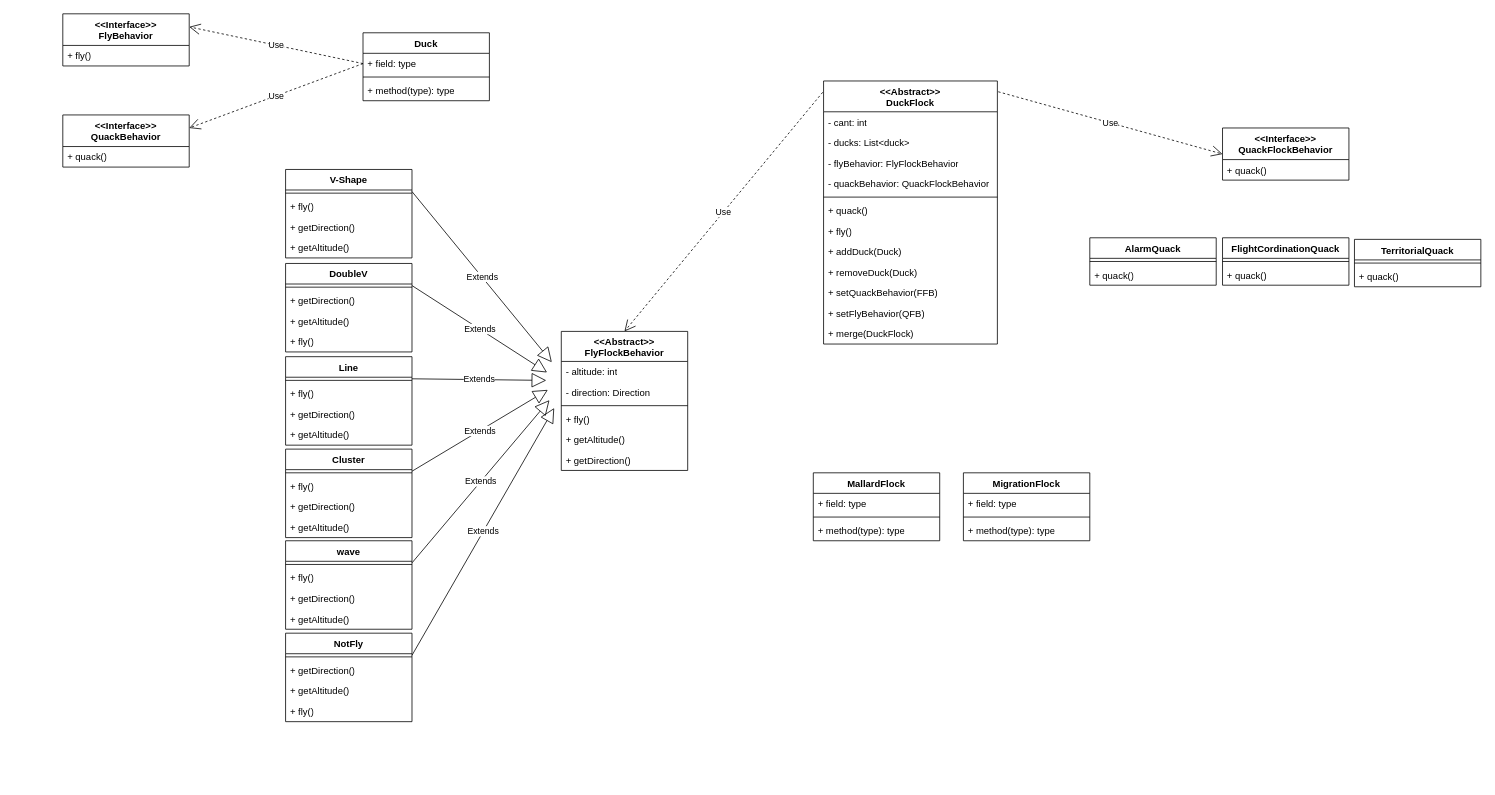
AlvaroDebernardi/University keeps this draw.io diagram as IngenieriaSoftware/Practico/2-strategy/duck-simulator/DuckDesign.drawio. Above is the earlier version. Source tidied: cells renumbered, new cells numbered last; positions are measured from the earlier drawing's top-left corner, leaving out a move shared by most shapes. Both pictures are drawn from the tidied source at 79%, with x=0, y=0 at pixel (62, 13).
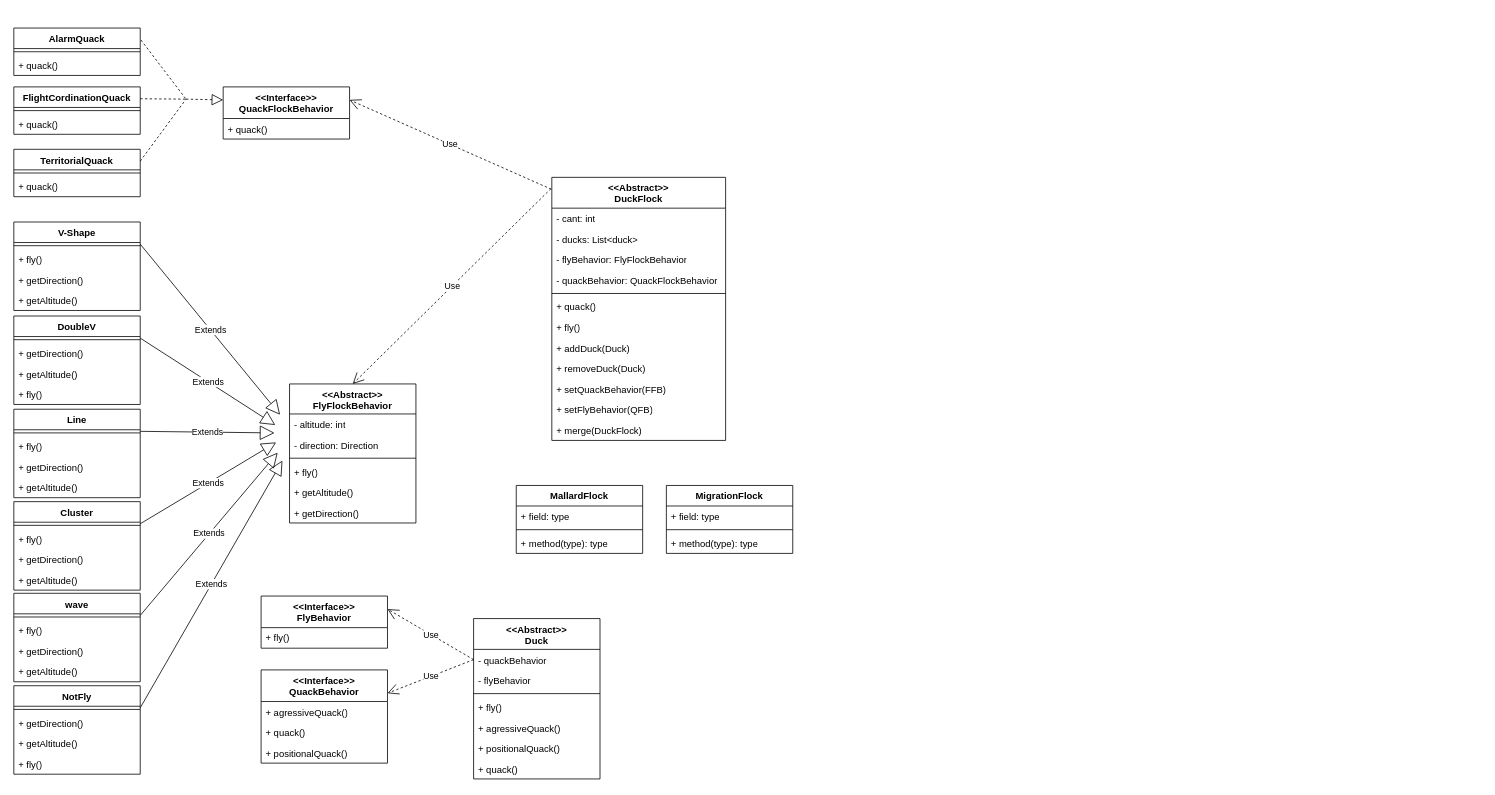
The same page after the edit.

Commit message (it also covers changes not shown here):
Add: duck flock class

What changed in the source:
```diff
@@
-    <mxCell id="2" value="Duck" style="swimlane;fontStyle=1;align=center;verticalAlign=top;horizontal=1;startSize=26;whiteSpace=wrap;html=1;" parent="1" vertex="1">
-      <mxGeometry x="380" y="24" width="160" height="86" as="geometry" />
+    <mxCell id="2" value="&lt;div&gt;&lt;div&gt;&amp;lt;&amp;lt;Abstract&amp;gt;&amp;gt;&lt;/div&gt;&lt;/div&gt;Duck&lt;div&gt;&lt;br&gt;&lt;/div&gt;" style="swimlane;fontStyle=1;align=center;verticalAlign=top;horizontal=1;startSize=39;whiteSpace=wrap;html=1;" parent="1" vertex="1">
+      <mxGeometry x="520" y="765.5" width="160" height="203" as="geometry" />
     </mxCell>
-    <mxCell id="3" value="+ field: type" style="text;strokeColor=none;fillColor=none;align=left;verticalAlign=top;spacingLeft=4;spacingRight=4;overflow=hidden;points=[[0,0.5],[1,0.5]];portConstraint=eastwest;whiteSpace=wrap;html=1;" parent="2" vertex="1">
-      <mxGeometry y="26" width="160" height="26" as="geometry" />
+    <mxCell id="3" value="- quackBehavior" style="text;strokeColor=none;fillColor=none;align=left;verticalAlign=top;spacingLeft=4;spacingRight=4;overflow=hidden;points=[[0,0.5],[1,0.5]];portConstraint=eastwest;whiteSpace=wrap;html=1;" parent="2" vertex="1">
+      <mxGeometry y="39" width="160" height="26" as="geometry" />
     </mxCell>
+    <mxCell id="89" value="- flyBehavior" style="text;strokeColor=none;fillColor=none;align=left;verticalAlign=top;spacingLeft=4;spacingRight=4;overflow=hidden;whiteSpace=wrap;html=1;" parent="2" vertex="1">
+      <mxGeometry y="65" width="160" height="26" as="geometry" />
+    </mxCell>
     <mxCell id="4" style="line;strokeWidth=1;fillColor=none;align=left;verticalAlign=middle;spacingTop=-1;spacingLeft=3;spacingRight=3;labelPosition=right;strokeColor=inherit;" parent="2" vertex="1">
-      <mxGeometry y="52" width="160" height="8" as="geometry" />
+      <mxGeometry y="91" width="160" height="8" as="geometry" />
     </mxCell>
-    <mxCell id="5" value="+ method(type): type" style="text;strokeColor=none;fillColor=none;align=left;verticalAlign=top;spacingLeft=4;spacingRight=4;overflow=hidden;whiteSpace=wrap;html=1;" parent="2" vertex="1">
-      <mxGeometry y="60" width="160" height="26" as="geometry" />
-    </mxCell>
+    <mxCell id="90" value="+ fly()" style="text;strokeColor=none;fillColor=none;align=left;verticalAlign=top;spacingLeft=4;spacingRight=4;overflow=hidden;whiteSpace=wrap;html=1;" parent="2" vertex="1">
+      <mxGeometry y="99" width="160" height="26" as="geometry" />
+    </mxCell>
+    <mxCell id="91" value="+ agressiveQuack()" style="text;strokeColor=none;fillColor=none;align=left;verticalAlign=top;spacingLeft=4;spacingRight=4;overflow=hidden;whiteSpace=wrap;html=1;" parent="2" vertex="1">
+      <mxGeometry y="125" width="160" height="26" as="geometry" />
+    </mxCell>
+    <mxCell id="92" value="+ positionalQuack()" style="text;strokeColor=none;fillColor=none;align=left;verticalAlign=top;spacingLeft=4;spacingRight=4;overflow=hidden;whiteSpace=wrap;html=1;" parent="2" vertex="1">
+      <mxGeometry y="151" width="160" height="26" as="geometry" />
+    </mxCell>
+    <mxCell id="93" value="+ quack()" style="text;strokeColor=none;fillColor=none;align=left;verticalAlign=top;spacingLeft=4;spacingRight=4;overflow=hidden;whiteSpace=wrap;html=1;" parent="2" vertex="1">
+      <mxGeometry y="177" width="160" height="26" as="geometry" />
+    </mxCell>
     <mxCell id="6" value="&lt;div&gt;&lt;div&gt;&amp;lt;&amp;lt;Abstract&amp;gt;&amp;gt;&lt;/div&gt;&lt;/div&gt;DuckFlock&lt;div&gt;&lt;br&gt;&lt;/div&gt;" style="swimlane;fontStyle=1;align=center;verticalAlign=top;horizontal=1;startSize=39;whiteSpace=wrap;html=1;" parent="1" vertex="1">
-      <mxGeometry x="963" y="85" width="220" height="333" as="geometry" />
+      <mxGeometry x="619" y="207" width="220" height="333" as="geometry" />
     </mxCell>
@@
     <mxCell id="19" value="&lt;div&gt;&amp;lt;&amp;lt;Interface&amp;gt;&amp;gt;&lt;/div&gt;QuackFlockBehavior" style="swimlane;fontStyle=1;align=center;verticalAlign=top;horizontal=1;startSize=40;whiteSpace=wrap;html=1;" parent="1" vertex="1">
-      <mxGeometry x="1468" y="144.5" width="160" height="66" as="geometry" />
+      <mxGeometry x="203" y="92.5" width="160" height="66" as="geometry" />
     </mxCell>
@@
     <mxCell id="21" value="V-Shape" style="swimlane;fontStyle=1;align=center;verticalAlign=top;horizontal=1;startSize=26;whiteSpace=wrap;html=1;" parent="1" vertex="1">
-      <mxGeometry x="282" y="197" width="160" height="112" as="geometry" />
+      <mxGeometry x="-62" y="263.5" width="160" height="112" as="geometry" />
     </mxCell>
@@
     <mxCell id="26" value="DoubleV" style="swimlane;fontStyle=1;align=center;verticalAlign=top;horizontal=1;startSize=26;whiteSpace=wrap;html=1;" parent="1" vertex="1">
-      <mxGeometry x="282" y="316" width="160" height="112" as="geometry" />
+      <mxGeometry x="-62" y="382.5" width="160" height="112" as="geometry" />
     </mxCell>
@@
     <mxCell id="31" value="Line" style="swimlane;fontStyle=1;align=center;verticalAlign=top;horizontal=1;startSize=26;whiteSpace=wrap;html=1;" parent="1" vertex="1">
-      <mxGeometry x="282" y="434" width="160" height="112" as="geometry" />
+      <mxGeometry x="-62" y="500.5" width="160" height="112" as="geometry" />
     </mxCell>
@@
     <mxCell id="36" value="Cluster" style="swimlane;fontStyle=1;align=center;verticalAlign=top;horizontal=1;startSize=26;whiteSpace=wrap;html=1;" parent="1" vertex="1">
-      <mxGeometry x="282" y="551" width="160" height="112" as="geometry" />
+      <mxGeometry x="-62" y="617.5" width="160" height="112" as="geometry" />
     </mxCell>
@@
     <mxCell id="41" value="wave" style="swimlane;fontStyle=1;align=center;verticalAlign=top;horizontal=1;startSize=26;whiteSpace=wrap;html=1;" parent="1" vertex="1">
-      <mxGeometry x="282" y="667" width="160" height="112" as="geometry" />
+      <mxGeometry x="-62" y="733.5" width="160" height="112" as="geometry" />
     </mxCell>
@@
     <mxCell id="46" value="NotFly" style="swimlane;fontStyle=1;align=center;verticalAlign=top;horizontal=1;startSize=26;whiteSpace=wrap;html=1;" parent="1" vertex="1">
-      <mxGeometry x="282" y="784" width="160" height="112" as="geometry" />
+      <mxGeometry x="-62" y="850.5" width="160" height="112" as="geometry" />
     </mxCell>
@@
     <mxCell id="51" value="AlarmQuack" style="swimlane;fontStyle=1;align=center;verticalAlign=top;horizontal=1;startSize=26;whiteSpace=wrap;html=1;" parent="1" vertex="1">
-      <mxGeometry x="1300" y="283.5" width="160" height="60" as="geometry" />
+      <mxGeometry x="-62" y="18" width="160" height="60" as="geometry" />
     </mxCell>
@@
     <mxCell id="54" value="TerritorialQuack" style="swimlane;fontStyle=1;align=center;verticalAlign=top;horizontal=1;startSize=26;whiteSpace=wrap;html=1;" parent="1" vertex="1">
-      <mxGeometry x="1635" y="285.5" width="160" height="60" as="geometry" />
+      <mxGeometry x="-62" y="171.5" width="160" height="60" as="geometry" />
     </mxCell>
@@
     <mxCell id="57" value="FlightCordinationQuack" style="swimlane;fontStyle=1;align=center;verticalAlign=top;horizontal=1;startSize=26;whiteSpace=wrap;html=1;" parent="1" vertex="1">
-      <mxGeometry x="1468" y="283.5" width="160" height="60" as="geometry" />
+      <mxGeometry x="-62" y="92.5" width="160" height="60" as="geometry" />
     </mxCell>
@@
     <mxCell id="60" value="MallardFlock" style="swimlane;fontStyle=1;align=center;verticalAlign=top;horizontal=1;startSize=26;whiteSpace=wrap;html=1;" parent="1" vertex="1">
-      <mxGeometry x="950" y="581" width="160" height="86" as="geometry" />
+      <mxGeometry x="574" y="597" width="160" height="86" as="geometry" />
     </mxCell>
@@
     <mxCell id="64" value="MigrationFlock" style="swimlane;fontStyle=1;align=center;verticalAlign=top;horizontal=1;startSize=26;whiteSpace=wrap;html=1;" parent="1" vertex="1">
-      <mxGeometry x="1140" y="581" width="160" height="86" as="geometry" />
+      <mxGeometry x="764" y="597" width="160" height="86" as="geometry" />
     </mxCell>
@@
     <mxCell id="68" value="&lt;div&gt;&amp;lt;&amp;lt;Interface&amp;gt;&amp;gt;&lt;/div&gt;FlyBehavior" style="swimlane;fontStyle=1;align=center;verticalAlign=top;horizontal=1;startSize=40;whiteSpace=wrap;html=1;" parent="1" vertex="1">
-      <mxGeometry width="160" height="66" as="geometry" />
+      <mxGeometry x="251" y="737" width="160" height="66" as="geometry" />
     </mxCell>
@@
     <mxCell id="70" value="&lt;div&gt;&amp;lt;&amp;lt;Interface&amp;gt;&amp;gt;&lt;/div&gt;QuackBehavior" style="swimlane;fontStyle=1;align=center;verticalAlign=top;horizontal=1;startSize=40;whiteSpace=wrap;html=1;" parent="1" vertex="1">
-      <mxGeometry y="128" width="160" height="66" as="geometry" />
+      <mxGeometry x="251" y="830.5" width="160" height="118" as="geometry" />
     </mxCell>
+    <mxCell id="94" value="+ agressiveQuack()" style="text;strokeColor=none;fillColor=none;align=left;verticalAlign=top;spacingLeft=4;spacingRight=4;overflow=hidden;whiteSpace=wrap;html=1;" parent="70" vertex="1">
+      <mxGeometry y="40" width="160" height="26" as="geometry" />
+    </mxCell>
     <mxCell id="71" value="+ quack()" style="text;strokeColor=none;fillColor=none;align=left;verticalAlign=top;spacingLeft=4;spacingRight=4;overflow=hidden;whiteSpace=wrap;html=1;" parent="70" vertex="1">
-      <mxGeometry y="40" width="160" height="26" as="geometry" />
+      <mxGeometry y="66" width="160" height="26" as="geometry" />
     </mxCell>
+    <mxCell id="95" value="+ positionalQuack()" style="text;strokeColor=none;fillColor=none;align=left;verticalAlign=top;spacingLeft=4;spacingRight=4;overflow=hidden;whiteSpace=wrap;html=1;" parent="70" vertex="1">
+      <mxGeometry y="92" width="160" height="26" as="geometry" />
+    </mxCell>
@@
-    <mxCell id="75" value="Use" style="endArrow=open;endSize=12;dashed=1;html=1;rounded=0;exitX=1.005;exitY=0.041;exitDx=0;exitDy=0;entryX=0;entryY=0.5;entryDx=0;entryDy=0;exitPerimeter=0;" parent="1" edge="1" source="6" target="19">
+    <mxCell id="75" value="Use" style="endArrow=open;endSize=12;dashed=1;html=1;rounded=0;exitX=-0.003;exitY=0.045;exitDx=0;exitDy=0;entryX=1;entryY=0.25;entryDx=0;entryDy=0;exitPerimeter=0;" parent="1" edge="1" source="6" target="19">
       <mxGeometry relative="1" as="geometry" />
     </mxCell>
     <mxCell id="76" value="&lt;div&gt;&amp;lt;&amp;lt;Abstract&amp;gt;&amp;gt;&lt;/div&gt;FlyFlockBehavior" style="swimlane;fontStyle=1;align=center;verticalAlign=top;horizontal=1;startSize=38;whiteSpace=wrap;html=1;" parent="1" vertex="1">
-      <mxGeometry x="631" y="402" width="160" height="176" as="geometry" />
+      <mxGeometry x="287" y="468.5" width="160" height="176" as="geometry" />
     </mxCell>
@@
     <mxCell id="83" value="Extends" style="endArrow=block;endSize=16;endFill=0;html=1;rounded=0;exitX=1;exitY=0.25;exitDx=0;exitDy=0;" parent="1" edge="1" source="21">
       <mxGeometry relative="1" as="geometry">
-        <mxPoint x="619" y="441" as="targetPoint" />
+        <mxPoint x="275" y="507.5" as="targetPoint" />
       </mxGeometry>
     </mxCell>
     <mxCell id="84" value="Extends" style="endArrow=block;endSize=16;endFill=0;html=1;rounded=0;exitX=1;exitY=0.25;exitDx=0;exitDy=0;" parent="1" edge="1" source="26">
       <mxGeometry relative="1" as="geometry">
-        <mxPoint x="613" y="454" as="targetPoint" />
+        <mxPoint x="269" y="520.5" as="targetPoint" />
       </mxGeometry>
     </mxCell>
     <mxCell id="85" value="Extends" style="endArrow=block;endSize=16;endFill=0;html=1;rounded=0;exitX=1;exitY=0.25;exitDx=0;exitDy=0;" parent="1" edge="1" source="31">
       <mxGeometry relative="1" as="geometry">
-        <mxPoint x="612" y="464" as="targetPoint" />
+        <mxPoint x="268" y="530.5" as="targetPoint" />
       </mxGeometry>
     </mxCell>
     <mxCell id="86" value="Extends" style="endArrow=block;endSize=16;endFill=0;html=1;rounded=0;exitX=1;exitY=0.25;exitDx=0;exitDy=0;" parent="1" edge="1" source="36">
       <mxGeometry relative="1" as="geometry">
-        <mxPoint x="614" y="476" as="targetPoint" />
+        <mxPoint x="270" y="542.5" as="targetPoint" />
       </mxGeometry>
     </mxCell>
     <mxCell id="87" value="Extends" style="endArrow=block;endSize=16;endFill=0;html=1;rounded=0;exitX=1;exitY=0.25;exitDx=0;exitDy=0;" parent="1" edge="1" source="41">
       <mxGeometry relative="1" as="geometry">
-        <mxPoint x="616" y="489" as="targetPoint" />
+        <mxPoint x="272" y="555.5" as="targetPoint" />
       </mxGeometry>
     </mxCell>
     <mxCell id="88" value="Extends" style="endArrow=block;endSize=16;endFill=0;html=1;rounded=0;exitX=1;exitY=0.25;exitDx=0;exitDy=0;" parent="1" edge="1" source="46">
       <mxGeometry relative="1" as="geometry">
-        <mxPoint x="622" y="499" as="targetPoint" />
+        <mxPoint x="278" y="565.5" as="targetPoint" />
       </mxGeometry>
     </mxCell>
+    <mxCell id="96" style="group;" parent="1" vertex="1">
+      <mxGeometry x="156" y="108" as="geometry" />
+    </mxCell>
+    <mxCell id="97" style="endArrow=block;dashed=1;endFill=0;endSize=12;html=1;rounded=0;entryX=0;entryY=0.25;entryDx=0;entryDy=0;" parent="96" edge="1" target="19">
+      <mxGeometry relative="1" as="geometry">
+        <mxPoint as="sourcePoint" />
+      </mxGeometry>
+    </mxCell>
+    <mxCell id="98" style="endArrow=none;dashed=1;html=1;rounded=0;exitX=1;exitY=0.25;exitDx=0;exitDy=0;" parent="96" edge="1" source="54">
+      <mxGeometry relative="1" as="geometry">
+        <mxPoint as="targetPoint" />
+      </mxGeometry>
+    </mxCell>
+    <mxCell id="99" style="endArrow=none;dashed=1;html=1;rounded=0;exitX=1;exitY=0.25;exitDx=0;exitDy=0;" parent="96" edge="1" source="57">
+      <mxGeometry relative="1" as="geometry">
+        <mxPoint as="targetPoint" />
+      </mxGeometry>
+    </mxCell>
+    <mxCell id="100" style="endArrow=none;dashed=1;html=1;rounded=0;exitX=1.006;exitY=0.253;exitDx=0;exitDy=0;exitPerimeter=0;" parent="96" edge="1" source="51">
+      <mxGeometry relative="1" as="geometry">
+        <mxPoint as="targetPoint" />
+      </mxGeometry>
+    </mxCell>
```
